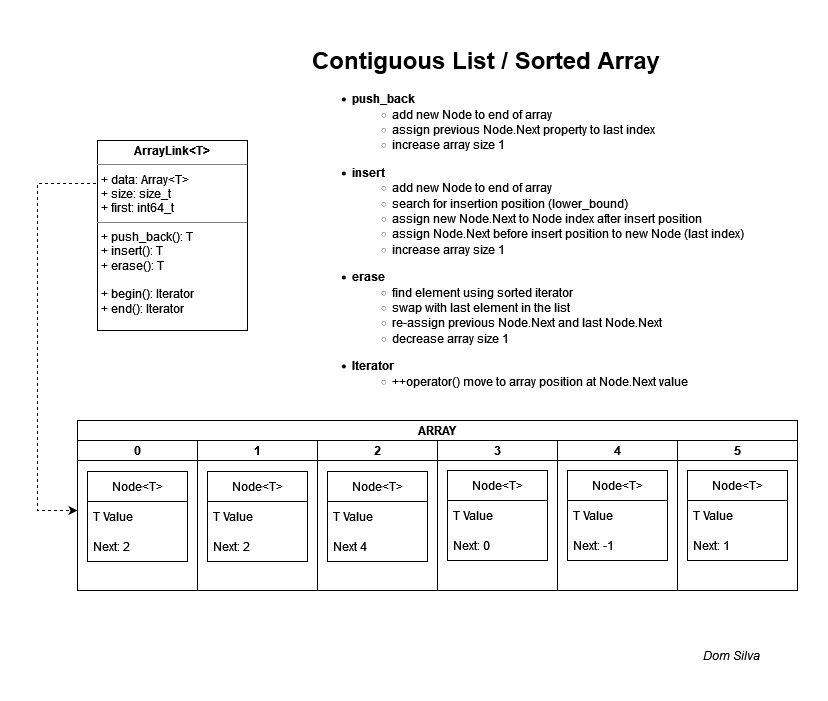
The draw.io diagram images/LinkArray.png in domGitDev/link-array, before a commit. Source tidied: cells renumbered, new cells last; positions are measured from the earlier drawing's top-left corner, leaving out a move shared by most shapes.
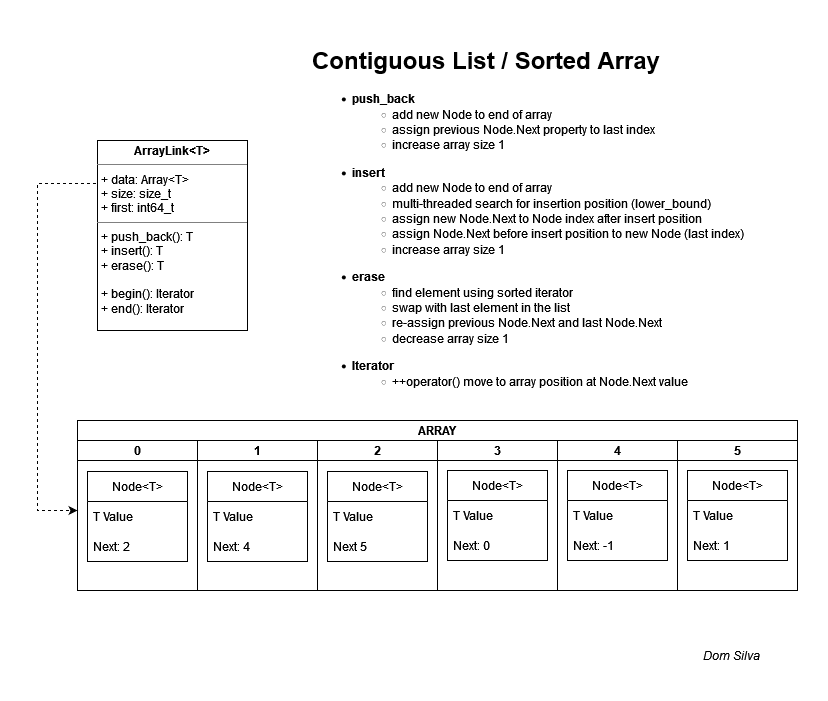
The same file after the commit.

Change to the diagram source:
```diff
@@ -26,7 +26,7 @@
     <mxCell id="9" value="T Value" style="text;strokeColor=none;fillColor=none;align=left;verticalAlign=middle;spacingLeft=4;spacingRight=4;overflow=hidden;" parent="8" vertex="1">
       <mxGeometry y="30" width="100" height="30" as="geometry" />
     </mxCell>
-    <mxCell id="10" value="Next: 2" style="text;strokeColor=none;fillColor=none;align=left;verticalAlign=middle;spacingLeft=4;spacingRight=4;overflow=hidden;" parent="8" vertex="1">
+    <mxCell id="10" value="Next: 4" style="text;strokeColor=none;fillColor=none;align=left;verticalAlign=middle;spacingLeft=4;spacingRight=4;overflow=hidden;" parent="8" vertex="1">
       <mxGeometry y="60" width="100" height="30" as="geometry" />
     </mxCell>
     <mxCell id="11" value="2" style="swimlane;startSize=20;" parent="2" vertex="1">
@@ -38,7 +38,7 @@
     <mxCell id="13" value="T Value" style="text;strokeColor=none;fillColor=none;align=left;verticalAlign=middle;spacingLeft=4;spacingRight=4;overflow=hidden;" parent="12" vertex="1">
       <mxGeometry y="30" width="100" height="30" as="geometry" />
     </mxCell>
-    <mxCell id="14" value="Next 4" style="text;strokeColor=none;fillColor=none;align=left;verticalAlign=middle;spacingLeft=4;spacingRight=4;overflow=hidden;" parent="12" vertex="1">
+    <mxCell id="14" value="Next 5" style="text;strokeColor=none;fillColor=none;align=left;verticalAlign=middle;spacingLeft=4;spacingRight=4;overflow=hidden;" parent="12" vertex="1">
       <mxGeometry y="60" width="100" height="30" as="geometry" />
     </mxCell>
     <mxCell id="15" value="3" style="swimlane;startSize=20;" parent="2" vertex="1">
@@ -90,7 +90,7 @@
     <mxCell id="28" value="&lt;p style=&quot;margin: 0px ; margin-top: 4px ; text-align: center&quot;&gt;&lt;b&gt;ArrayLink&amp;lt;T&amp;gt;&lt;br&gt;&lt;/b&gt;&lt;/p&gt;&lt;hr size=&quot;1&quot;&gt;&lt;p style=&quot;margin: 0px ; margin-left: 4px&quot;&gt;+ data: Array&amp;lt;T&amp;gt;&lt;/p&gt;&lt;p style=&quot;margin: 0px ; margin-left: 4px&quot;&gt;+ size: size_t&lt;br&gt;&lt;/p&gt;&lt;p style=&quot;margin: 0px ; margin-left: 4px&quot;&gt;+ first: int64_t&lt;br&gt;&lt;/p&gt;&lt;hr size=&quot;1&quot;&gt;&lt;p style=&quot;margin: 0px ; margin-left: 4px&quot;&gt;+ push_back(): T&lt;/p&gt;&lt;p style=&quot;margin: 0px ; margin-left: 4px&quot;&gt;+ insert(): T&lt;/p&gt;&lt;p style=&quot;margin: 0px ; margin-left: 4px&quot;&gt;+ erase(): T&lt;/p&gt;&lt;p style=&quot;margin: 0px ; margin-left: 4px&quot;&gt;&lt;br&gt;&lt;/p&gt;&lt;p style=&quot;margin: 0px ; margin-left: 4px&quot;&gt;+ begin(): Iterator&lt;/p&gt;&lt;p style=&quot;margin: 0px ; margin-left: 4px&quot;&gt;+ end(): Iterator&lt;/p&gt;&lt;p style=&quot;margin: 0px ; margin-left: 4px&quot;&gt;&lt;br&gt;&lt;/p&gt;&lt;p style=&quot;margin: 0px ; margin-left: 4px&quot;&gt;&lt;br&gt;&lt;/p&gt;" style="verticalAlign=top;align=left;overflow=fill;fontSize=12;fontFamily=Helvetica;html=1;" parent="1" vertex="1">
       <mxGeometry x="60" y="100" width="150" height="190" as="geometry" />
     </mxCell>
-    <mxCell id="29" value="&lt;h1&gt;Contiguous List / Sorted Array&lt;br&gt;&lt;/h1&gt;&lt;ul&gt;&lt;li&gt;&lt;b&gt;push_back &lt;/b&gt;&lt;br&gt;&lt;/li&gt;&lt;ul&gt;&lt;li&gt;add new Node to end of array&lt;/li&gt;&lt;li&gt;assign previous Node.Next property to last index&lt;/li&gt;&lt;li&gt;increase array size 1&lt;/li&gt;&lt;/ul&gt;&lt;/ul&gt;&lt;ul&gt;&lt;li&gt;&lt;b&gt;insert&lt;/b&gt; &lt;br&gt;&lt;/li&gt;&lt;ul&gt;&lt;li&gt;add new Node to end of array&lt;/li&gt;&lt;li&gt;search for insertion position (lower_bound)&lt;/li&gt;&lt;li&gt;assign new Node.Next to Node index after insert position&lt;br&gt;&lt;/li&gt;&lt;li&gt;assign Node.Next before insert position to new Node (last index)&lt;/li&gt;&lt;li&gt;increase array size 1&lt;/li&gt;&lt;/ul&gt;&lt;/ul&gt;&lt;ul&gt;&lt;li&gt;&lt;b&gt;erase&lt;/b&gt;&lt;/li&gt;&lt;ul&gt;&lt;li&gt;find element using sorted iterator&lt;/li&gt;&lt;li&gt;swap with last element in the list&lt;/li&gt;&lt;li&gt;re-assign previous Node.Next and last Node.Next&lt;/li&gt;&lt;li&gt;decrease array size 1&lt;br&gt;&lt;/li&gt;&lt;/ul&gt;&lt;/ul&gt;&lt;ul&gt;&lt;li&gt;&lt;b&gt;Iterator&lt;/b&gt;&lt;/li&gt;&lt;ul&gt;&lt;li&gt;++operator() move to array position at Node.Next value&lt;br&gt;&lt;/li&gt;&lt;/ul&gt;&lt;/ul&gt;" style="text;html=1;strokeColor=none;fillColor=none;spacing=5;spacingTop=-20;whiteSpace=wrap;overflow=hidden;rounded=0;" parent="1" vertex="1">
+    <mxCell id="29" value="&lt;h1&gt;Contiguous List / Sorted Array&lt;br&gt;&lt;/h1&gt;&lt;ul&gt;&lt;li&gt;&lt;b&gt;push_back &lt;/b&gt;&lt;br&gt;&lt;/li&gt;&lt;ul&gt;&lt;li&gt;add new Node to end of array&lt;/li&gt;&lt;li&gt;assign previous Node.Next property to last index&lt;/li&gt;&lt;li&gt;increase array size 1&lt;/li&gt;&lt;/ul&gt;&lt;/ul&gt;&lt;ul&gt;&lt;li&gt;&lt;b&gt;insert&lt;/b&gt; &lt;br&gt;&lt;/li&gt;&lt;ul&gt;&lt;li&gt;add new Node to end of array&lt;/li&gt;&lt;li&gt;multi-threaded search for insertion position (lower_bound)&lt;/li&gt;&lt;li&gt;assign new Node.Next to Node index after insert position&lt;br&gt;&lt;/li&gt;&lt;li&gt;assign Node.Next before insert position to new Node (last index)&lt;/li&gt;&lt;li&gt;increase array size 1&lt;/li&gt;&lt;/ul&gt;&lt;/ul&gt;&lt;ul&gt;&lt;li&gt;&lt;b&gt;erase&lt;/b&gt;&lt;/li&gt;&lt;ul&gt;&lt;li&gt;find element using sorted iterator&lt;/li&gt;&lt;li&gt;swap with last element in the list&lt;/li&gt;&lt;li&gt;re-assign previous Node.Next and last Node.Next&lt;/li&gt;&lt;li&gt;decrease array size 1&lt;br&gt;&lt;/li&gt;&lt;/ul&gt;&lt;/ul&gt;&lt;ul&gt;&lt;li&gt;&lt;b&gt;Iterator&lt;/b&gt;&lt;/li&gt;&lt;ul&gt;&lt;li&gt;++operator() move to array position at Node.Next value&lt;br&gt;&lt;/li&gt;&lt;/ul&gt;&lt;/ul&gt;" style="text;html=1;strokeColor=none;fillColor=none;spacing=5;spacingTop=-20;whiteSpace=wrap;overflow=hidden;rounded=0;" parent="1" vertex="1">
       <mxGeometry x="270" width="490" height="350" as="geometry" />
     </mxCell>
     <mxCell id="30" value="Dom Silva" style="text;strokeColor=none;fillColor=none;align=left;verticalAlign=middle;spacingLeft=4;spacingRight=4;overflow=hidden;fontStyle=2;" parent="1" vertex="1">
```
